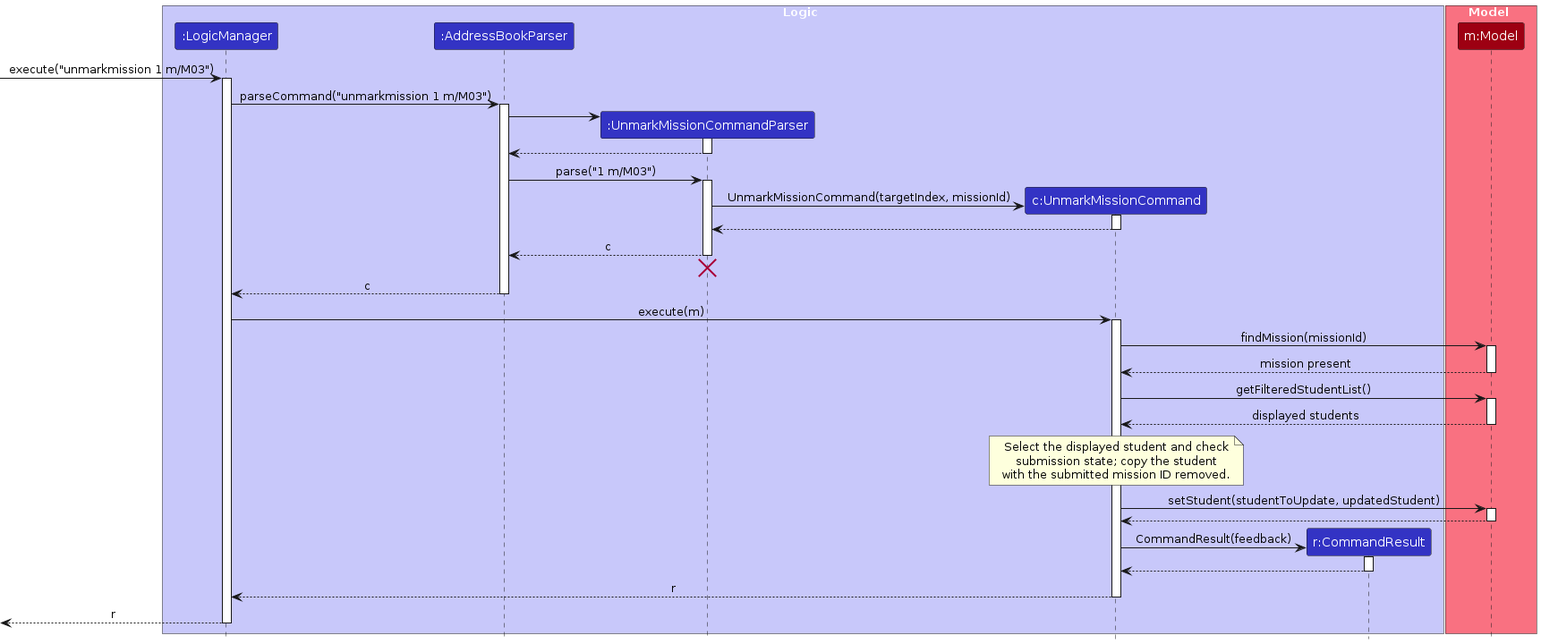
The PlantUML diagram diagrams/UnmarkMissionSubmissionSequenceDiagram.png in AY2627S1-CS2103T-F14a-1/tp, before a commit. Its source is kept beside it as diagrams/UnmarkMissionSubmissionSequenceDiagram.puml. Its diagram source:
```plantuml
@startuml
!include style.puml
skinparam ArrowFontStyle plain
box Logic LOGIC_COLOR_T1
participant ":LogicManager" as L LOGIC_COLOR
participant ":AddressBookParser" as A LOGIC_COLOR
participant ":UnmarkMissionCommandParser" as P LOGIC_COLOR
participant "c:UnmarkMissionCommand" as C LOGIC_COLOR
participant "r:CommandResult" as R LOGIC_COLOR
end box
box Model MODEL_COLOR_T1
participant "m:Model" as M MODEL_COLOR
end box
[-> L : execute("unmarkmission 1 m/M03")
activate L
L -> A : parseCommand("unmarkmission 1 m/M03")
activate A
create P
A -> P
activate P
P --> A
deactivate P
A -> P : parse("1 m/M03")
activate P
create C
P -> C : UnmarkMissionCommand(targetIndex, missionId)
activate C
C --> P
deactivate C
P --> A : c
deactivate P
P -[hidden]-> A
destroy P
A --> L : c
deactivate A
L -> C : execute(m)
activate C
C -> M : findMission(missionId)
activate M
M --> C : mission present
deactivate M
C -> M : getFilteredStudentList()
activate M
M --> C : displayed students
deactivate M
note over C
  Select the displayed student and check
  submission state; copy the student
  with the submitted mission ID removed.
end note
C -> M : setStudent(studentToUpdate, updatedStudent)
activate M
M --> C
deactivate M
create R
C -> R : CommandResult(feedback)
activate R
R --> C
deactivate R
C --> L : r
deactivate C
[<-- L : r
deactivate L
@enduml
```
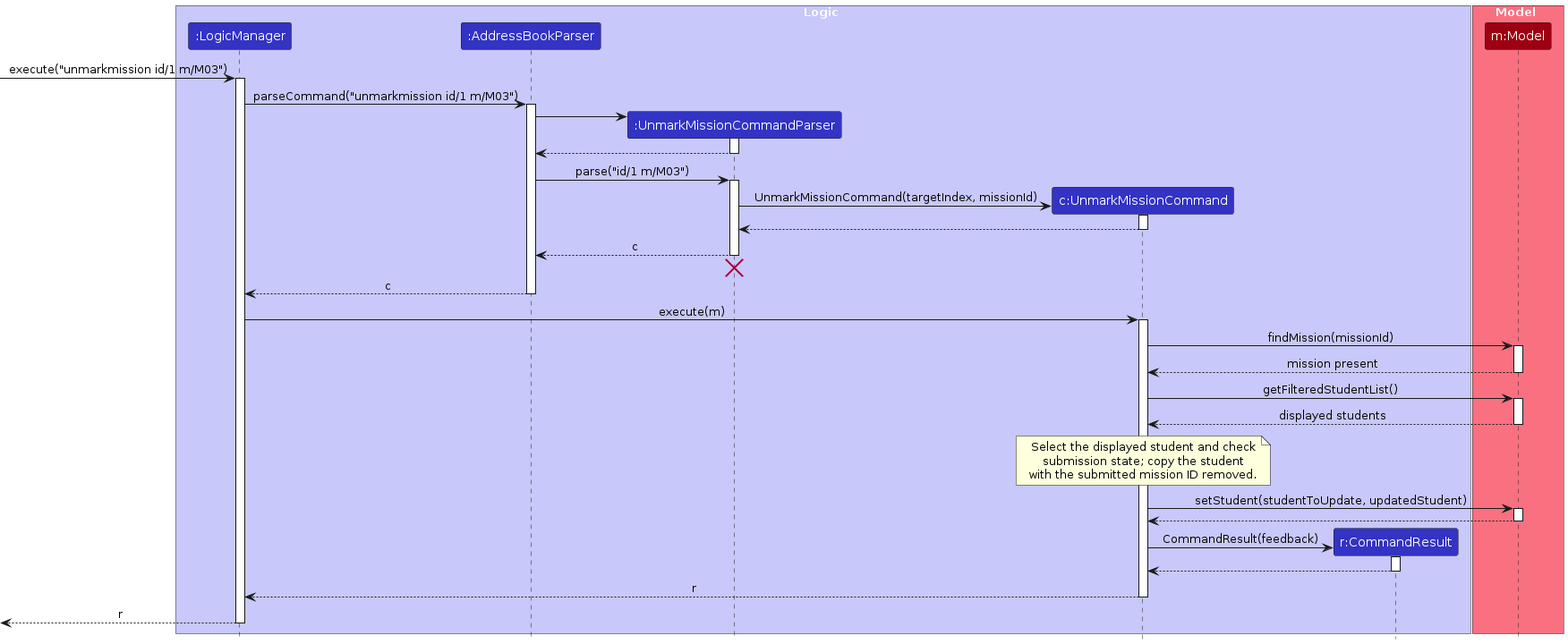
Above is the later version.

What changed in the source:
```diff
@@ -11,16 +11,16 @@
 box Model MODEL_COLOR_T1
 participant "m:Model" as M MODEL_COLOR
 end box
-[-> L : execute("unmarkmission 1 m/M03")
+[-> L : execute("unmarkmission id/1 m/M03")
 activate L
-L -> A : parseCommand("unmarkmission 1 m/M03")
+L -> A : parseCommand("unmarkmission id/1 m/M03")
 activate A
 create P
 A -> P
 activate P
 P --> A
 deactivate P
-A -> P : parse("1 m/M03")
+A -> P : parse("id/1 m/M03")
 activate P
 create C
 P -> C : UnmarkMissionCommand(targetIndex, missionId)
```
